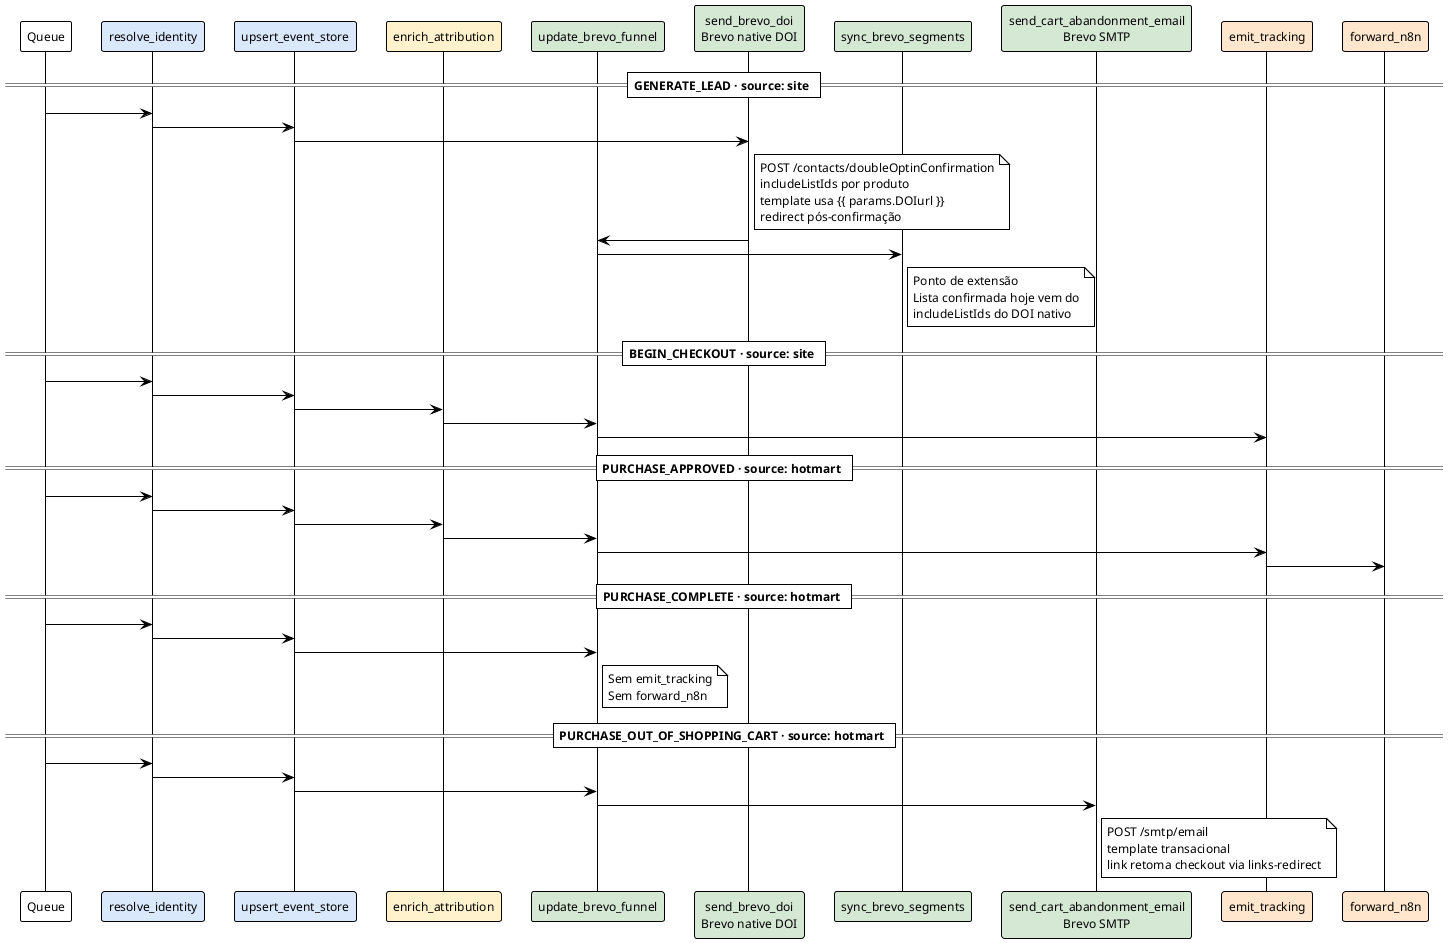
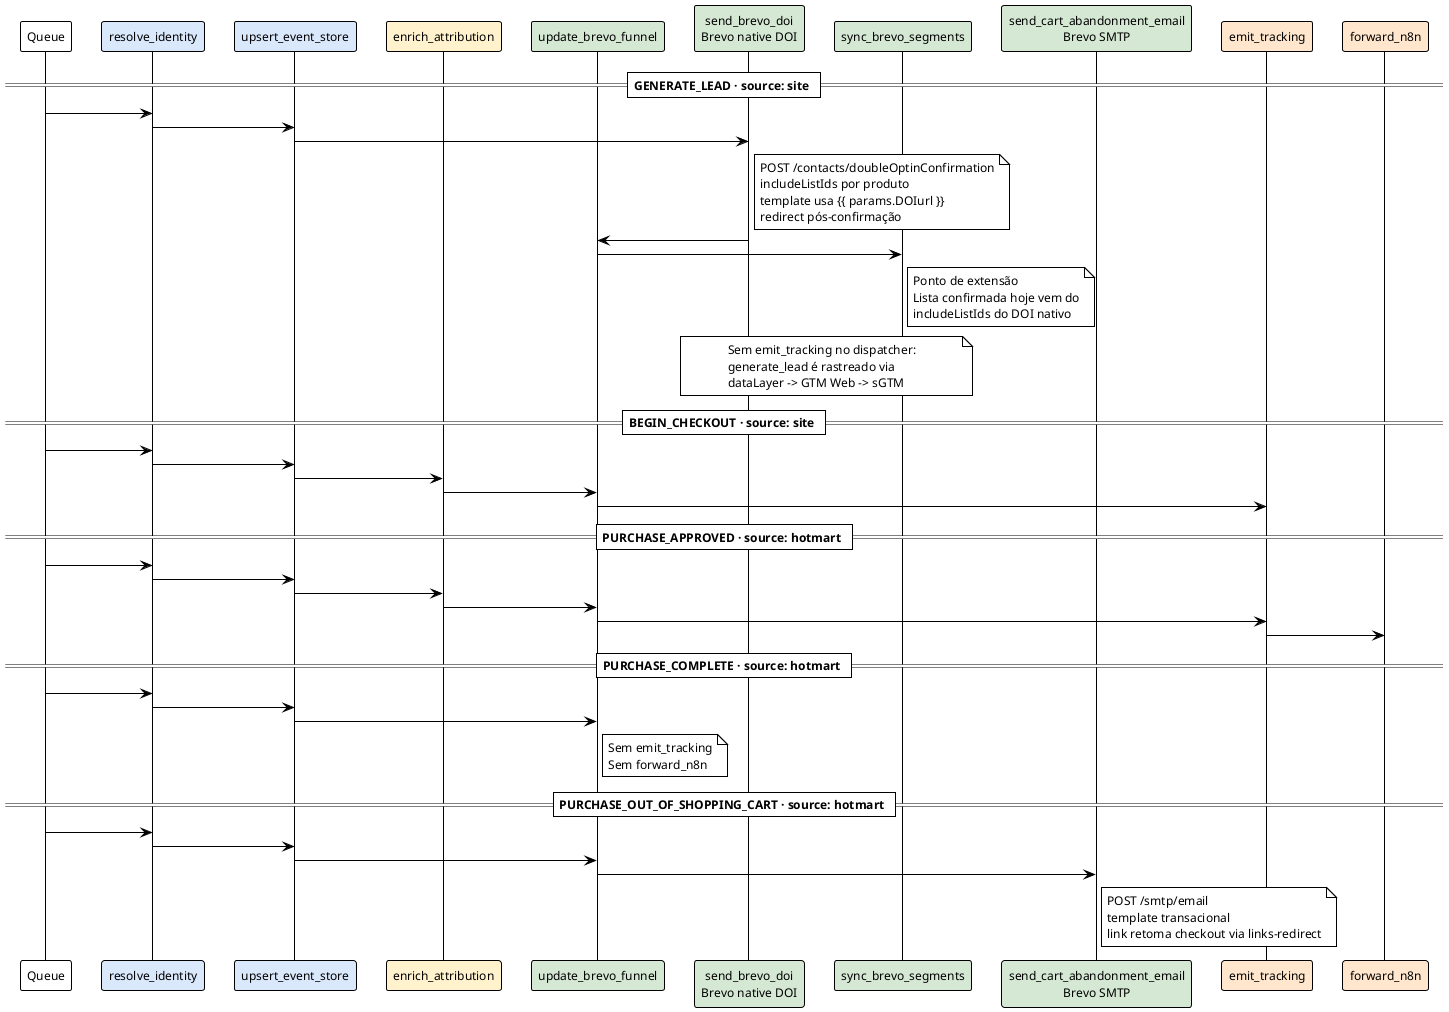
@startuml chains-handlers
!theme plain
skinparam sequenceMessageAlign center
skinparam sequenceBoxBackgroundColor #F5F5F5
skinparam backgroundColor #FFFFFF
skinparam defaultFontSize 12

participant "Queue" as Q
participant "resolve_identity" as RI #DAE8FC
participant "upsert_event_store" as US #DAE8FC
participant "enrich_attribution" as EA #FFF2CC
participant "update_brevo_funnel" as UB #D5E8D4
participant "send_brevo_doi\nBrevo native DOI" as SB #D5E8D4
participant "sync_brevo_segments" as SS #D5E8D4
participant "send_cart_abandonment_email\nBrevo SMTP" as SC #D5E8D4
participant "emit_tracking" as ET #FFE6CC
participant "forward_n8n" as FN #FFE6CC

== GENERATE_LEAD · source: site ==

Q -> RI
RI -> US
US -> SB
note right of SB
  POST /contacts/doubleOptinConfirmation
  includeListIds por produto
  template usa {{ params.DOIurl }}
  redirect pós-confirmação
end note
SB -> UB
UB -> SS
note right of SS
  Ponto de extensão
  Lista confirmada hoje vem do
  includeListIds do DOI nativo
+ end note
+ note over SB,SS
+   Sem emit_tracking no dispatcher:
+   generate_lead é rastreado via
+   dataLayer -> GTM Web -> sGTM
end note

== BEGIN_CHECKOUT · source: site ==

Q -> RI
RI -> US
US -> EA
EA -> UB
UB -> ET

== PURCHASE_APPROVED · source: hotmart ==

Q -> RI
RI -> US
US -> EA
EA -> UB
UB -> ET
ET -> FN

== PURCHASE_COMPLETE · source: hotmart ==

Q -> RI
RI -> US
US -> UB
note right of UB
  Sem emit_tracking
  Sem forward_n8n
end note

== PURCHASE_OUT_OF_SHOPPING_CART · source: hotmart ==

Q -> RI
RI -> US
US -> UB
UB -> SC
note right of SC
  POST /smtp/email
  template transacional
  link retoma checkout via links-redirect
end note

@enduml
